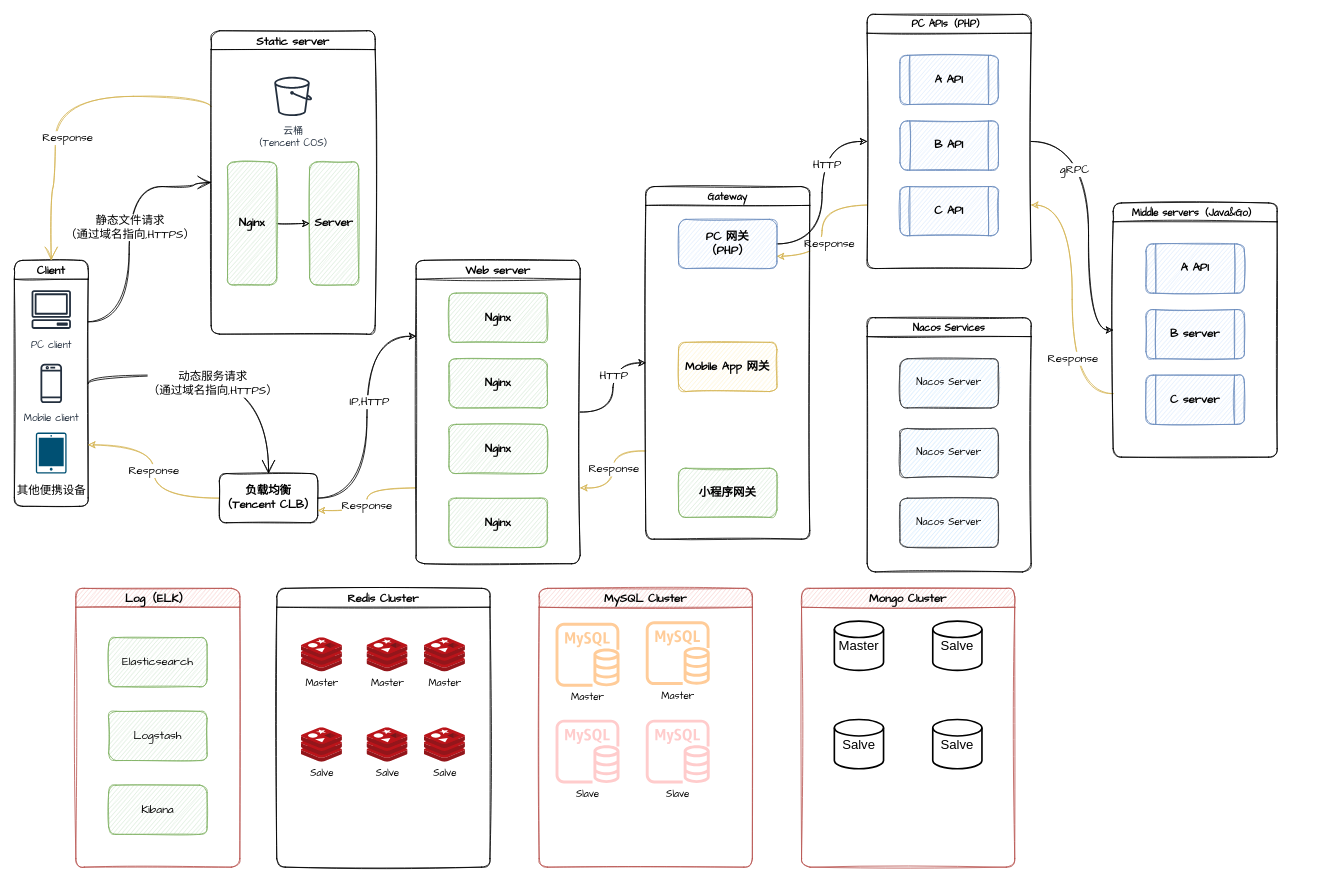
Above: diagrams.net/jiagoutu.drawio in karoc/karoc (draw.io), before the change. Source tidied: cells renumbered, new cells numbered last; positions are measured from the earlier drawing's top-left corner, leaving out a move shared by most shapes. Both pictures are drawn from the tidied source at 82%, with x=0, y=0 at pixel (14, 14).
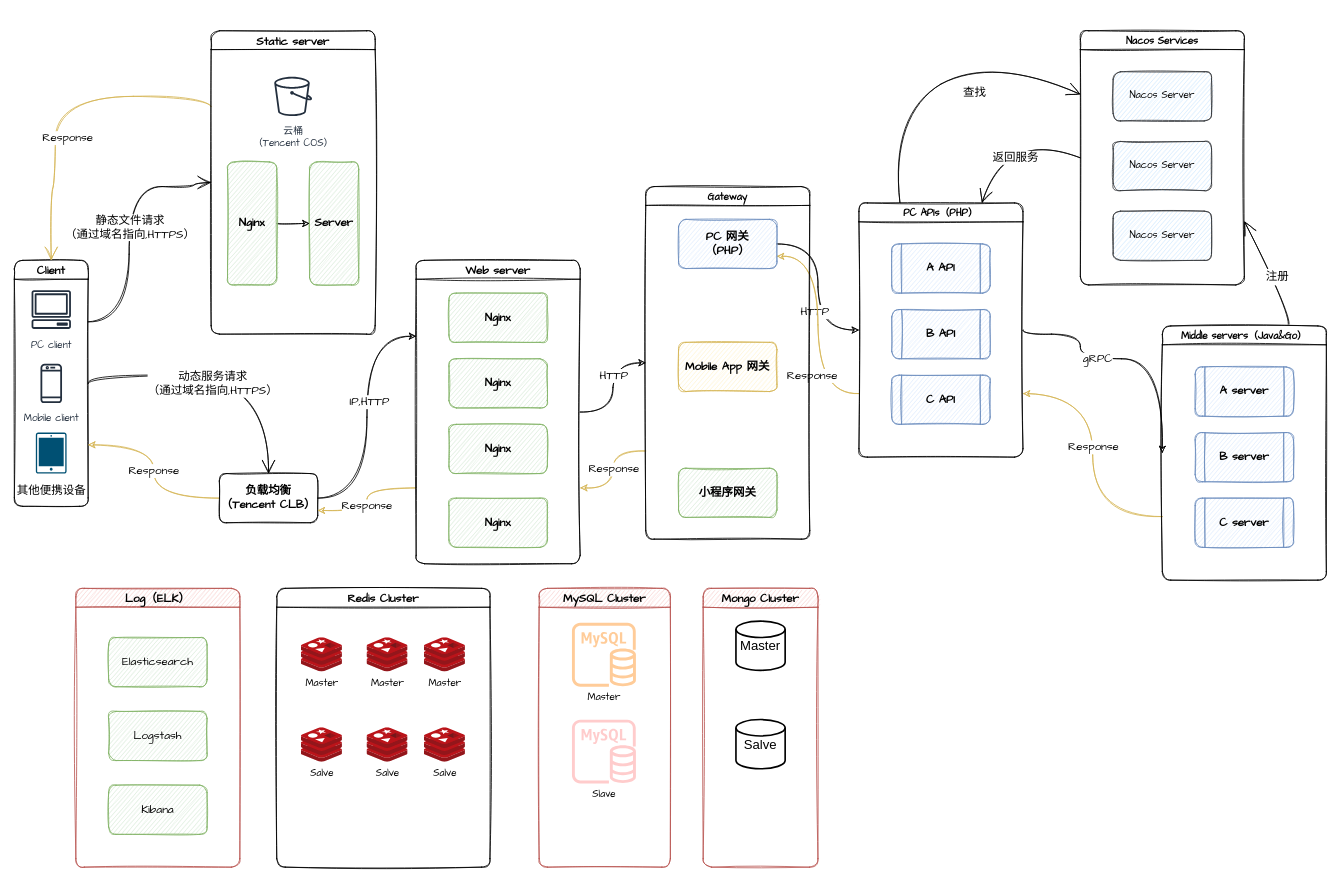
The same diagram, later.

The change refers to these unchanged cells:
```xml
<mxCell id="41" style="edgeStyle=orthogonalEdgeStyle;curved=1;sketch=1;jettySize=auto;html=1;exitX=0;exitY=0.75;exitDx=0;exitDy=0;entryX=1;entryY=0.75;entryDx=0;entryDy=0;fontFamily=Comic Sans MS;fontSize=14;fillColor=#fff2cc;strokeColor=#d6b656;" parent="1" edge="1" source="43" target="22">
  <mxGeometry relative="1" as="geometry" />
</mxCell>
```

What changed in the source:
```diff
@@
     <mxCell id="18" style="edgeStyle=orthogonalEdgeStyle;curved=1;sketch=1;jettySize=auto;html=1;exitX=1;exitY=0.5;exitDx=0;exitDy=0;entryX=0;entryY=0.5;entryDx=0;entryDy=0;fontFamily=Comic Sans MS;fontSize=14;" parent="1" edge="1" source="22" target="43">
       <mxGeometry relative="1" as="geometry">
         <Array as="points">
-          <mxPoint x="1310" y="155" />
-          <mxPoint x="1310" y="385" />
+          <mxPoint x="1230" y="390" />
+          <mxPoint x="1300" y="390" />
+          <mxPoint x="1300" y="420" />
+          <mxPoint x="1400" y="420" />
         </Array>
       </mxGeometry>
     </mxCell>
     <mxCell id="19" value="gRPC" style="edgeLabel;html=1;align=center;verticalAlign=middle;fontSize=14;fontFamily=Comic Sans MS;" parent="18" vertex="1">
-      <mxGeometry x="-0.37" y="-18" relative="1" as="geometry" />
+      <mxGeometry x="-0.37" y="-18" relative="1" as="geometry">
+        <mxPoint x="38" y="4" as="offset" />
+      </mxGeometry>
     </mxCell>
@@
+    <mxCell id="77" style="edgeStyle=none;curved=1;rounded=0;sketch=1;jettySize=auto;html=1;exitX=0.25;exitY=0;exitDx=0;exitDy=0;entryX=0;entryY=0.25;entryDx=0;entryDy=0;fontFamily=Comic Sans MS;fontSize=14;endArrow=open;startSize=14;endSize=14;sourcePerimeterSpacing=8;targetPerimeterSpacing=8;" parent="1" edge="1" source="22" target="68">
+      <mxGeometry relative="1" as="geometry">
+        <Array as="points">
+          <mxPoint x="1070" y="120" />
+          <mxPoint x="1190" y="50" />
+        </Array>
+      </mxGeometry>
+    </mxCell>
+    <mxCell id="78" value="查找" style="edgeLabel;html=1;align=center;verticalAlign=middle;fontSize=14;fontFamily=Comic Sans MS;" parent="77" vertex="1">
+      <mxGeometry x="0.13" y="-29" relative="1" as="geometry">
+        <mxPoint x="1" as="offset" />
+      </mxGeometry>
+    </mxCell>
     <mxCell id="22" value="PC APIs（PHP）" style="swimlane;swimlaneFillColor=none;sketch=1;fontFamily=Comic Sans MS;rounded=1;" parent="1" vertex="1">
-      <mxGeometry x="1040" width="200" height="310" as="geometry" />
+      <mxGeometry x="1030" y="230" width="200" height="310" as="geometry" />
     </mxCell>
@@
     <mxCell id="42" value="Response" style="edgeLabel;html=1;align=center;verticalAlign=middle;fontSize=14;fontFamily=Comic Sans MS;" parent="41" vertex="1">
       <mxGeometry x="0.39" y="8" relative="1" as="geometry">
-        <mxPoint x="8" y="136" as="offset" />
+        <mxPoint x="8" y="52" as="offset" />
       </mxGeometry>
     </mxCell>
+    <mxCell id="79" style="edgeStyle=none;curved=1;rounded=0;jettySize=auto;html=1;exitX=0.75;exitY=0;exitDx=0;exitDy=0;entryX=1;entryY=0.75;entryDx=0;entryDy=0;endArrow=open;startSize=14;endSize=14;sourcePerimeterSpacing=8;targetPerimeterSpacing=8;sketch=1;" parent="1" edge="1" source="43" target="68">
+      <mxGeometry relative="1" as="geometry">
+        <Array as="points">
+          <mxPoint x="1570" y="390" />
+        </Array>
+      </mxGeometry>
+    </mxCell>
+    <mxCell id="80" value="&lt;font style=&quot;font-size: 14px; background-color: rgb(255, 255, 255);&quot;&gt;注册&lt;/font&gt;" style="edgeLabel;html=1;align=center;verticalAlign=middle;fontSize=14;fontFamily=Comic Sans MS;" parent="79" vertex="1">
+      <mxGeometry x="0.11" y="21" relative="1" as="geometry">
+        <mxPoint x="23" y="-12" as="offset" />
+      </mxGeometry>
+    </mxCell>
     <mxCell id="43" value="Middle servers（Java&amp;Go）" style="swimlane;swimlaneFillColor=none;sketch=1;fontFamily=Comic Sans MS;rounded=1;" parent="1" vertex="1">
-      <mxGeometry x="1340" y="230" width="200" height="310" as="geometry" />
+      <mxGeometry x="1400" y="380" width="200" height="310" as="geometry" />
     </mxCell>
-    <mxCell id="44" value="A API" style="shape=process;whiteSpace=wrap;html=1;backgroundOutline=1;fontSize=14;fontFamily=Comic Sans MS;fillColor=#dae8fc;strokeColor=#6c8ebf;fontStyle=1;startSize=23;rounded=1;shadow=0;glass=0;sketch=1;hachureGap=4;" parent="43" vertex="1">
+    <mxCell id="44" value="A server" style="shape=process;whiteSpace=wrap;html=1;backgroundOutline=1;fontSize=14;fontFamily=Comic Sans MS;fillColor=#dae8fc;strokeColor=#6c8ebf;fontStyle=1;startSize=23;rounded=1;shadow=0;glass=0;sketch=1;hachureGap=4;" parent="43" vertex="1">
       <mxGeometry x="40" y="50" width="120" height="60" as="geometry" />
     </mxCell>
@@
     <mxCell id="63" value="MySQL Cluster" style="swimlane;rounded=1;sketch=1;fontFamily=Comic Sans MS;fontSize=14;fillColor=#f8cecc;strokeColor=#b85450;" parent="1" vertex="1">
-      <mxGeometry x="640" y="700" width="260" height="340" as="geometry" />
+      <mxGeometry x="640" y="700" width="160" height="340" as="geometry" />
     </mxCell>
     <mxCell id="64" value="Master" style="sketch=0;fillColor=#ffcc99;strokeColor=#36393d;dashed=0;verticalLabelPosition=bottom;verticalAlign=top;align=center;html=1;fontSize=12;fontStyle=0;shape=mxgraph.aws4.rds_mysql_instance;rounded=1;fontFamily=Comic Sans MS;" parent="63" vertex="1">
-      <mxGeometry x="20" y="42" width="78" height="78" as="geometry" />
+      <mxGeometry x="40" y="42" width="78" height="78" as="geometry" />
     </mxCell>
-    <mxCell id="65" value="Master" style="sketch=0;fillColor=#ffcc99;strokeColor=#36393d;dashed=0;verticalLabelPosition=bottom;verticalAlign=top;align=center;html=1;fontSize=12;fontStyle=0;shape=mxgraph.aws4.rds_mysql_instance;rounded=1;fontFamily=Comic Sans MS;" parent="63" vertex="1">
-      <mxGeometry x="130" y="40" width="78" height="78" as="geometry" />
-    </mxCell>
     <mxCell id="66" value="Slave" style="sketch=0;fillColor=#ffcccc;strokeColor=#36393d;dashed=0;verticalLabelPosition=bottom;verticalAlign=top;align=center;html=1;fontSize=12;fontStyle=0;shape=mxgraph.aws4.rds_mysql_instance;rounded=1;fontFamily=Comic Sans MS;" parent="63" vertex="1">
-      <mxGeometry x="20" y="160" width="78" height="78" as="geometry" />
+      <mxGeometry x="40" y="160" width="78" height="78" as="geometry" />
     </mxCell>
-    <mxCell id="67" value="Slave" style="sketch=0;fillColor=#ffcccc;strokeColor=#36393d;dashed=0;verticalLabelPosition=bottom;verticalAlign=top;align=center;html=1;fontSize=12;fontStyle=0;shape=mxgraph.aws4.rds_mysql_instance;rounded=1;fontFamily=Comic Sans MS;" parent="63" vertex="1">
-      <mxGeometry x="130" y="160" width="78" height="78" as="geometry" />
-    </mxCell>
+    <mxCell id="81" value="返回服务" style="edgeStyle=none;curved=1;rounded=0;sketch=1;jettySize=auto;html=1;exitX=0;exitY=0.5;exitDx=0;exitDy=0;entryX=0.75;entryY=0;entryDx=0;entryDy=0;fontFamily=Comic Sans MS;fontSize=14;endArrow=open;startSize=14;endSize=14;sourcePerimeterSpacing=8;targetPerimeterSpacing=8;" parent="1" edge="1" source="68" target="22">
+      <mxGeometry x="0.32" y="21" relative="1" as="geometry">
+        <Array as="points">
+          <mxPoint x="1210" y="140" />
+        </Array>
+      </mxGeometry>
+    </mxCell>
     <mxCell id="68" value="Nacos Services" style="swimlane;swimlaneFillColor=none;sketch=1;fontFamily=Comic Sans MS;rounded=1;" parent="1" vertex="1">
-      <mxGeometry x="1040" y="370" width="200" height="310" as="geometry" />
+      <mxGeometry x="1300" y="20" width="200" height="310" as="geometry" />
     </mxCell>
@@
     <mxCell id="72" value="Mongo Cluster" style="swimlane;rounded=1;sketch=1;fontFamily=Comic Sans MS;fontSize=14;fillColor=#f8cecc;strokeColor=#b85450;" parent="1" vertex="1">
-      <mxGeometry x="960" y="700" width="260" height="340" as="geometry" />
+      <mxGeometry x="840" y="700" width="140" height="340" as="geometry" />
     </mxCell>
@@
-    <mxCell id="75" value="Salve" style="strokeWidth=2;html=1;shape=mxgraph.flowchart.database;whiteSpace=wrap;hachureGap=4;fontSize=16;" parent="72" vertex="1">
-      <mxGeometry x="160" y="40" width="60" height="60" as="geometry" />
-    </mxCell>
-    <mxCell id="76" value="Salve" style="strokeWidth=2;html=1;shape=mxgraph.flowchart.database;whiteSpace=wrap;hachureGap=4;fontSize=16;" parent="72" vertex="1">
-      <mxGeometry x="160" y="160" width="60" height="60" as="geometry" />
-    </mxCell>
```
